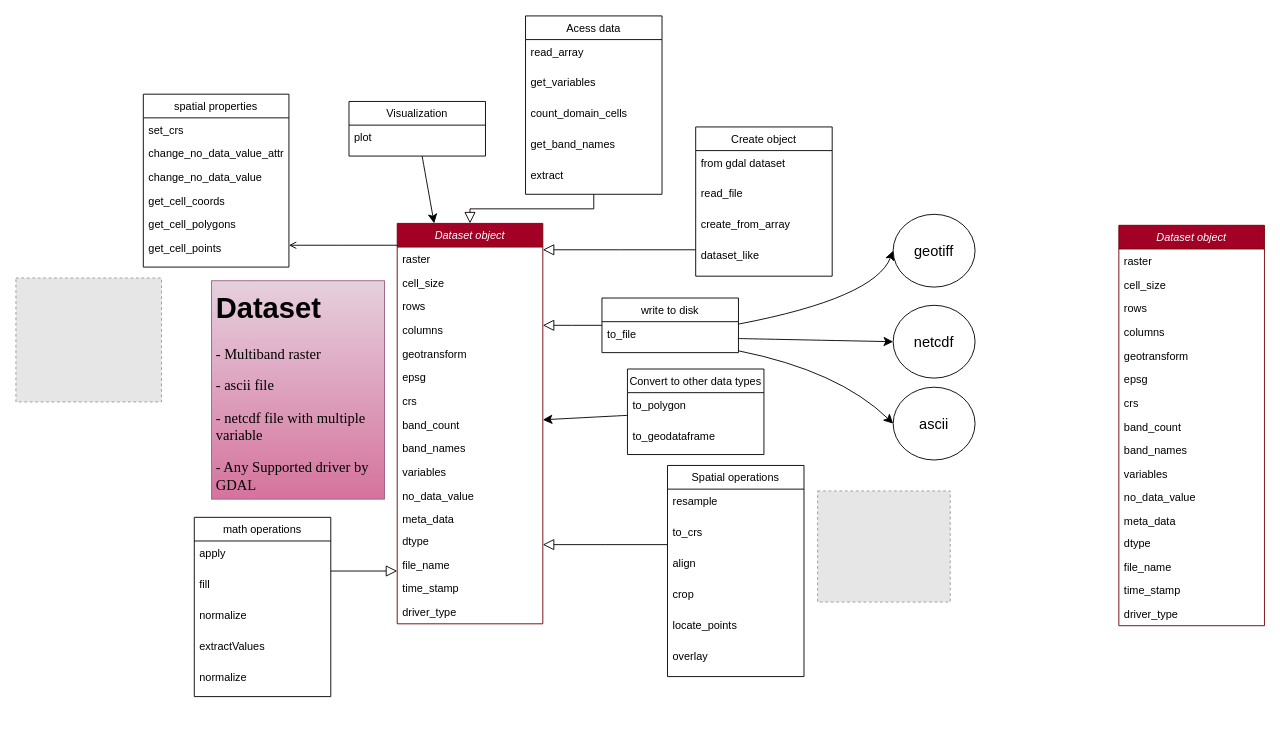
Before: page "dataset" (3 of 3) of docs/pyramids.drawio in Serapieum-of-alex/pyramids, a draw.io diagram. Source tidied: cells renumbered, new cells numbered last; positions are measured from the earlier drawing's top-left corner, leaving out a move shared by most shapes. Both pictures are drawn from the tidied source at 91%, with x=0, y=0 at pixel (15, 15). Pictures stored in the file or linked from it are replaced by grey dashed boxes.
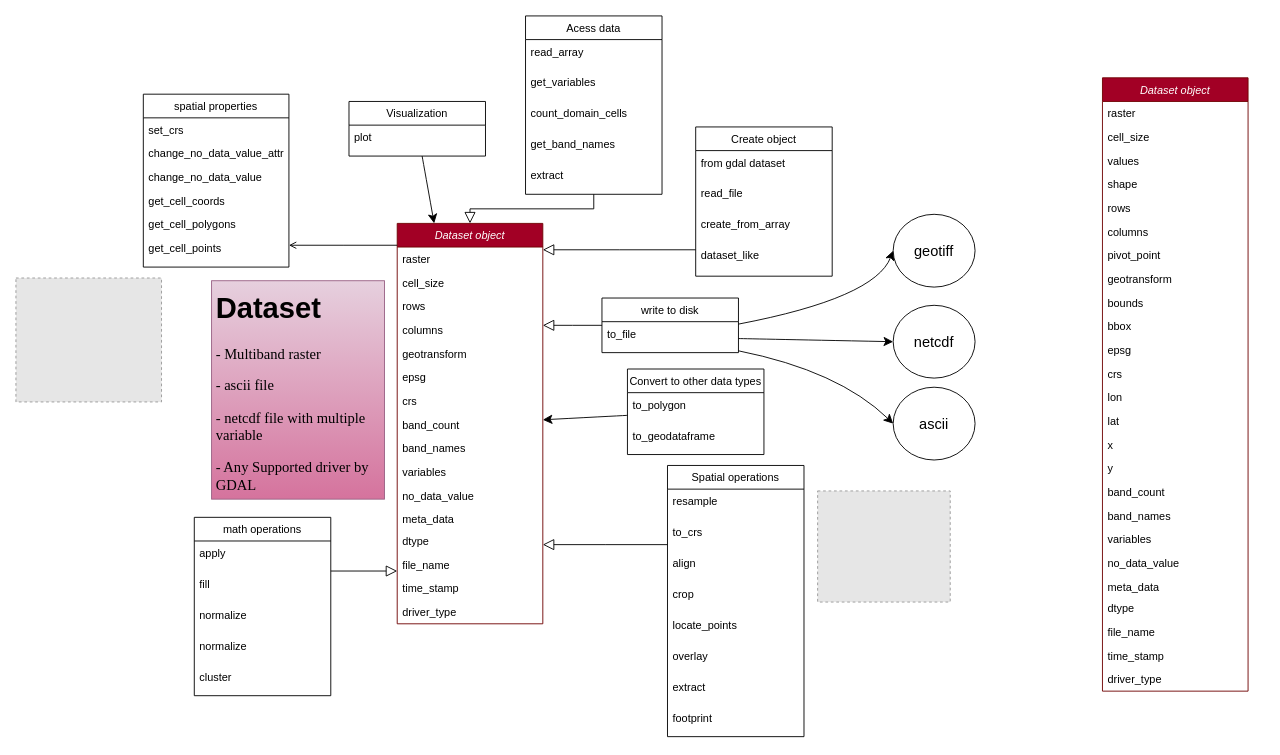
The same page after the edit.

The edit, as a diff of the source:
```diff
@@
     <mxCell id="33" value="math operations" style="swimlane;fontStyle=0;align=center;verticalAlign=top;horizontal=1;startSize=26;rounded=0;shadow=0;strokeWidth=1;" parent="1" vertex="1">
-      <mxGeometry x="196" y="551" width="150" height="197" as="geometry" />
+      <mxGeometry x="196" y="551" width="150" height="196" as="geometry" />
     </mxCell>
@@
-    <mxCell id="37" value="extractValues" style="text;align=left;verticalAlign=top;spacingLeft=4;spacingRight=4;overflow=hidden;" parent="33" vertex="1">
-      <mxGeometry y="128" width="150" height="34" as="geometry" />
-    </mxCell>
     <mxCell id="38" value="normalize" style="text;align=left;verticalAlign=top;spacingLeft=4;spacingRight=4;overflow=hidden;" parent="33" vertex="1">
-      <mxGeometry y="162" width="150" height="34" as="geometry" />
+      <mxGeometry y="128" width="150" height="34" as="geometry" />
     </mxCell>
+    <mxCell id="92" value="cluster" style="text;align=left;verticalAlign=top;spacingLeft=4;spacingRight=4;overflow=hidden;" parent="33" vertex="1">
+      <mxGeometry y="162" width="150" height="34" as="geometry" />
+    </mxCell>
@@
     <mxCell id="40" value="Spatial operations" style="swimlane;fontStyle=0;align=center;verticalAlign=top;horizontal=1;startSize=26;rounded=0;shadow=0;strokeWidth=1;" parent="1" vertex="1">
-      <mxGeometry x="716" y="494" width="150" height="232" as="geometry" />
+      <mxGeometry x="716" y="494" width="150" height="298" as="geometry" />
     </mxCell>
@@
+    <mxCell id="93" value="extract" style="text;align=left;verticalAlign=top;spacingLeft=4;spacingRight=4;overflow=hidden;" parent="40" vertex="1">
+      <mxGeometry y="230" width="150" height="34" as="geometry" />
+    </mxCell>
+    <mxCell id="94" value="footprint" style="text;align=left;verticalAlign=top;spacingLeft=4;spacingRight=4;overflow=hidden;" parent="40" vertex="1">
+      <mxGeometry y="264" width="150" height="34" as="geometry" />
+    </mxCell>
@@
     <mxCell id="75" value="Dataset object" style="swimlane;fontStyle=2;align=center;verticalAlign=top;horizontal=1;startSize=26;rounded=0;shadow=0;strokeWidth=1;fillColor=#a20025;fontColor=#ffffff;strokeColor=#6F0000;" parent="1" vertex="1">
-      <mxGeometry x="1212" y="230.1" width="160" height="440" as="geometry" />
+      <mxGeometry x="1194" y="68" width="160" height="674" as="geometry" />
     </mxCell>
@@
+    <mxCell id="95" value="values" style="text;align=left;verticalAlign=top;spacingLeft=4;spacingRight=4;overflow=hidden;rounded=0;shadow=0;html=0;" parent="75" vertex="1">
+      <mxGeometry y="78" width="160" height="26" as="geometry" />
+    </mxCell>
+    <mxCell id="96" value="shape" style="text;align=left;verticalAlign=top;spacingLeft=4;spacingRight=4;overflow=hidden;rounded=0;shadow=0;html=0;" parent="75" vertex="1">
+      <mxGeometry y="104" width="160" height="26" as="geometry" />
+    </mxCell>
     <mxCell id="78" value="rows" style="text;align=left;verticalAlign=top;spacingLeft=4;spacingRight=4;overflow=hidden;rounded=0;shadow=0;html=0;" parent="75" vertex="1">
-      <mxGeometry y="78" width="160" height="26" as="geometry" />
+      <mxGeometry y="130" width="160" height="26" as="geometry" />
     </mxCell>
     <mxCell id="79" value="columns" style="text;align=left;verticalAlign=top;spacingLeft=4;spacingRight=4;overflow=hidden;rounded=0;shadow=0;html=0;" parent="75" vertex="1">
-      <mxGeometry y="104" width="160" height="26" as="geometry" />
+      <mxGeometry y="156" width="160" height="26" as="geometry" />
     </mxCell>
+    <mxCell id="97" value="pivot_point" style="text;align=left;verticalAlign=top;spacingLeft=4;spacingRight=4;overflow=hidden;rounded=0;shadow=0;html=0;" parent="75" vertex="1">
+      <mxGeometry y="182" width="160" height="26" as="geometry" />
+    </mxCell>
     <mxCell id="80" value="geotransform" style="text;align=left;verticalAlign=top;spacingLeft=4;spacingRight=4;overflow=hidden;rounded=0;shadow=0;html=0;" parent="75" vertex="1">
-      <mxGeometry y="130" width="160" height="26" as="geometry" />
+      <mxGeometry y="208" width="160" height="26" as="geometry" />
     </mxCell>
+    <mxCell id="98" value="bounds" style="text;align=left;verticalAlign=top;spacingLeft=4;spacingRight=4;overflow=hidden;rounded=0;shadow=0;html=0;" parent="75" vertex="1">
+      <mxGeometry y="234" width="160" height="26" as="geometry" />
+    </mxCell>
+    <mxCell id="99" value="bbox" style="text;align=left;verticalAlign=top;spacingLeft=4;spacingRight=4;overflow=hidden;rounded=0;shadow=0;html=0;" parent="75" vertex="1">
+      <mxGeometry y="260" width="160" height="26" as="geometry" />
+    </mxCell>
     <mxCell id="81" value="epsg" style="text;align=left;verticalAlign=top;spacingLeft=4;spacingRight=4;overflow=hidden;rounded=0;shadow=0;html=0;" parent="75" vertex="1">
-      <mxGeometry y="156" width="160" height="26" as="geometry" />
+      <mxGeometry y="286" width="160" height="26" as="geometry" />
     </mxCell>
     <mxCell id="82" value="crs" style="text;align=left;verticalAlign=top;spacingLeft=4;spacingRight=4;overflow=hidden;rounded=0;shadow=0;html=0;" parent="75" vertex="1">
-      <mxGeometry y="182" width="160" height="26" as="geometry" />
+      <mxGeometry y="312" width="160" height="26" as="geometry" />
     </mxCell>
+    <mxCell id="100" value="lon" style="text;align=left;verticalAlign=top;spacingLeft=4;spacingRight=4;overflow=hidden;rounded=0;shadow=0;html=0;" parent="75" vertex="1">
+      <mxGeometry y="338" width="160" height="26" as="geometry" />
+    </mxCell>
+    <mxCell id="101" value="lat" style="text;align=left;verticalAlign=top;spacingLeft=4;spacingRight=4;overflow=hidden;rounded=0;shadow=0;html=0;" parent="75" vertex="1">
+      <mxGeometry y="364" width="160" height="26" as="geometry" />
+    </mxCell>
+    <mxCell id="102" value="x" style="text;align=left;verticalAlign=top;spacingLeft=4;spacingRight=4;overflow=hidden;rounded=0;shadow=0;html=0;" parent="75" vertex="1">
+      <mxGeometry y="390" width="160" height="26" as="geometry" />
+    </mxCell>
+    <mxCell id="103" value="y" style="text;align=left;verticalAlign=top;spacingLeft=4;spacingRight=4;overflow=hidden;rounded=0;shadow=0;html=0;" parent="75" vertex="1">
+      <mxGeometry y="416" width="160" height="26" as="geometry" />
+    </mxCell>
     <mxCell id="83" value="band_count" style="text;align=left;verticalAlign=top;spacingLeft=4;spacingRight=4;overflow=hidden;rounded=0;shadow=0;html=0;" parent="75" vertex="1">
-      <mxGeometry y="208" width="160" height="26" as="geometry" />
+      <mxGeometry y="442" width="160" height="26" as="geometry" />
     </mxCell>
     <mxCell id="84" value="band_names" style="text;align=left;verticalAlign=top;spacingLeft=4;spacingRight=4;overflow=hidden;rounded=0;shadow=0;html=0;" parent="75" vertex="1">
-      <mxGeometry y="234" width="160" height="26" as="geometry" />
+      <mxGeometry y="468" width="160" height="26" as="geometry" />
     </mxCell>
     <mxCell id="85" value="variables" style="text;align=left;verticalAlign=top;spacingLeft=4;spacingRight=4;overflow=hidden;rounded=0;shadow=0;html=0;" parent="75" vertex="1">
-      <mxGeometry y="260" width="160" height="26" as="geometry" />
+      <mxGeometry y="494" width="160" height="26" as="geometry" />
     </mxCell>
     <mxCell id="86" value="no_data_value" style="text;align=left;verticalAlign=top;spacingLeft=4;spacingRight=4;overflow=hidden;rounded=0;shadow=0;html=0;" parent="75" vertex="1">
-      <mxGeometry y="286" width="160" height="26" as="geometry" />
+      <mxGeometry y="520" width="160" height="26" as="geometry" />
     </mxCell>
     <mxCell id="87" value="meta_data" style="text;align=left;verticalAlign=top;spacingLeft=4;spacingRight=4;overflow=hidden;rounded=0;shadow=0;html=0;" parent="75" vertex="1">
-      <mxGeometry y="312" width="160" height="24" as="geometry" />
+      <mxGeometry y="546" width="160" height="24" as="geometry" />
     </mxCell>
     <mxCell id="88" value="dtype" style="text;align=left;verticalAlign=top;spacingLeft=4;spacingRight=4;overflow=hidden;rounded=0;shadow=0;html=0;" parent="75" vertex="1">
-      <mxGeometry y="336" width="160" height="26" as="geometry" />
+      <mxGeometry y="570" width="160" height="26" as="geometry" />
     </mxCell>
     <mxCell id="89" value="file_name" style="text;align=left;verticalAlign=top;spacingLeft=4;spacingRight=4;overflow=hidden;rounded=0;shadow=0;html=0;" parent="75" vertex="1">
-      <mxGeometry y="362" width="160" height="26" as="geometry" />
+      <mxGeometry y="596" width="160" height="26" as="geometry" />
     </mxCell>
     <mxCell id="90" value="time_stamp" style="text;align=left;verticalAlign=top;spacingLeft=4;spacingRight=4;overflow=hidden;rounded=0;shadow=0;html=0;" parent="75" vertex="1">
-      <mxGeometry y="388" width="160" height="26" as="geometry" />
+      <mxGeometry y="622" width="160" height="26" as="geometry" />
     </mxCell>
     <mxCell id="91" value="driver_type" style="text;align=left;verticalAlign=top;spacingLeft=4;spacingRight=4;overflow=hidden;rounded=0;shadow=0;html=0;" parent="75" vertex="1">
-      <mxGeometry y="414" width="160" height="26" as="geometry" />
+      <mxGeometry y="648" width="160" height="26" as="geometry" />
     </mxCell>
```
